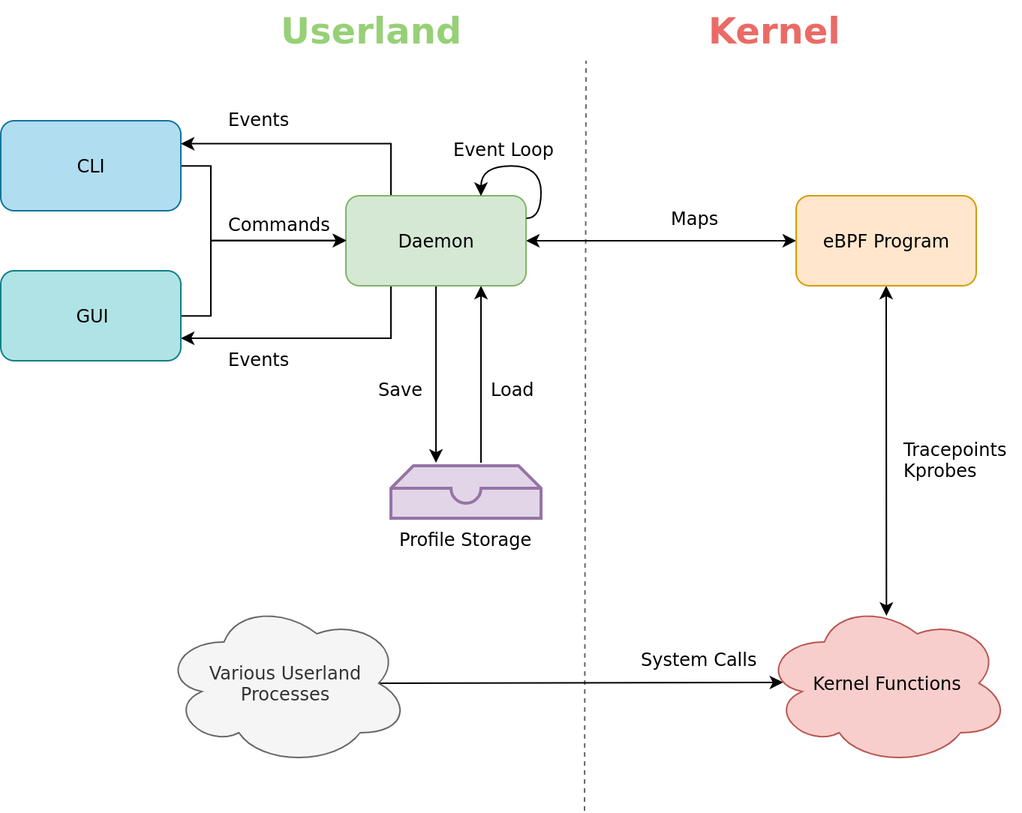
The draw.io diagram figures/ebph-dataflow.png in willfindlay/honors-thesis, before a commit. Source tidied: cells renumbered, new cells last; positions are measured from the earlier drawing's top-left corner, leaving out a move shared by most shapes.
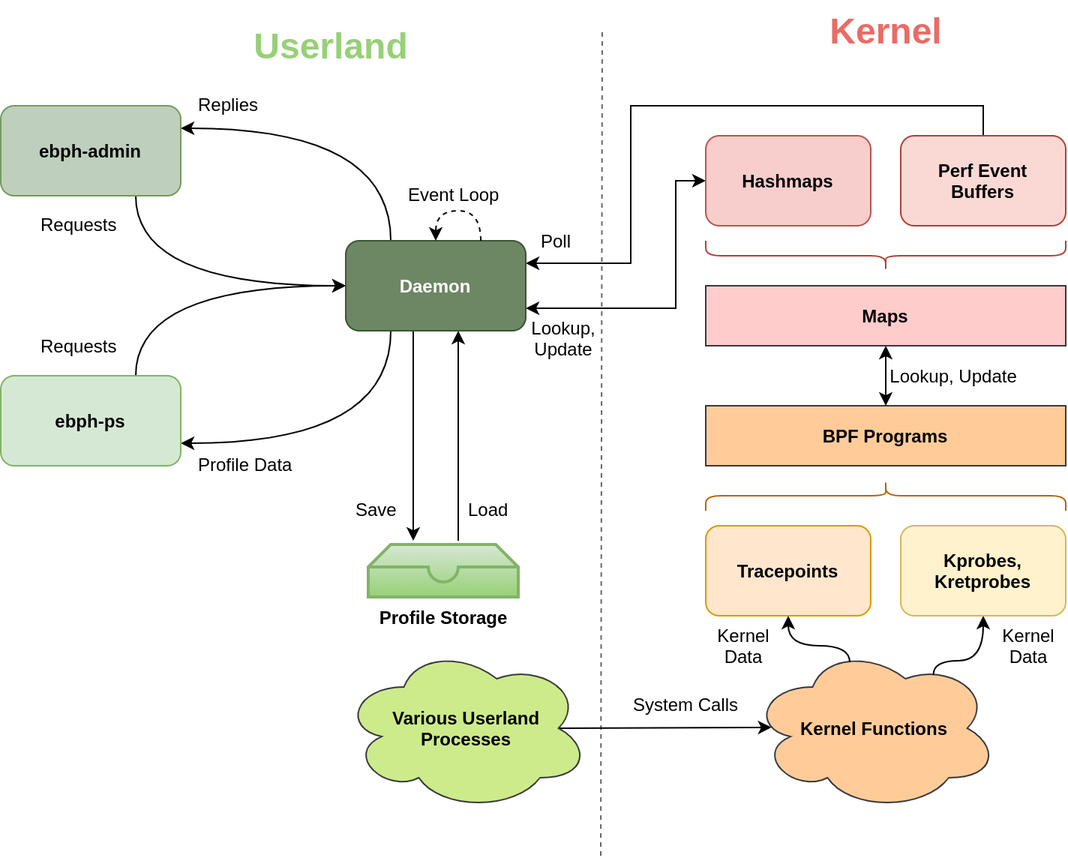
Later version of the same file.

Change to the diagram source:
```diff
@@ -4,113 +4,167 @@
     <mxCell id="1" parent="0" />
     <mxCell id="2" style="endArrow=none;dashed=1;html=1;fillColor=#f5f5f5;strokeColor=#666666;" parent="1" edge="1">
       <mxGeometry relative="1" as="geometry">
-        <mxPoint x="389" y="540" as="sourcePoint" />
-        <mxPoint x="390" y="40" as="targetPoint" />
+        <mxPoint x="440" y="560" as="sourcePoint" />
+        <mxPoint x="441" y="10" as="targetPoint" />
       </mxGeometry>
     </mxCell>
-    <mxCell id="3" value="Userland" style="text;strokeColor=none;fillColor=none;html=1;fontSize=24;fontStyle=1;verticalAlign=middle;align=right;fontColor=#97D077;" parent="1" vertex="1">
-      <mxGeometry x="190" width="120" height="40" as="geometry" />
+    <mxCell id="3" value="Userland" style="text;strokeColor=none;fillColor=none;html=1;fontSize=24;fontStyle=1;verticalAlign=middle;align=center;fontColor=#97D077;" parent="1" vertex="1">
+      <mxGeometry x="200" width="120" height="40" as="geometry" />
     </mxCell>
-    <mxCell id="4" value="Kernel" style="text;strokeColor=none;fillColor=none;html=1;fontSize=24;fontStyle=1;verticalAlign=middle;align=left;fontColor=#EA6B66;" parent="1" vertex="1">
-      <mxGeometry x="470" width="100" height="40" as="geometry" />
+    <mxCell id="4" value="Kernel" style="text;strokeColor=none;fillColor=none;html=1;fontSize=24;fontStyle=1;verticalAlign=middle;align=center;fontColor=#EA6B66;" parent="1" vertex="1">
+      <mxGeometry x="580" y="-10" width="100" height="40" as="geometry" />
     </mxCell>
-    <mxCell id="5" style="edgeStyle=orthogonalEdgeStyle;rounded=0;jettySize=auto;html=1;exitX=1;exitY=0.5;exitDx=0;exitDy=0;entryX=0;entryY=0.5;entryDx=0;entryDy=0;fontColor=#EA6B66;" parent="1" edge="1" source="6" target="12">
-      <mxGeometry relative="1" as="geometry">
-        <Array as="points">
-          <mxPoint x="140" y="110" />
-          <mxPoint x="140" y="160" />
-        </Array>
-      </mxGeometry>
+    <mxCell id="5" style="edgeStyle=orthogonalEdgeStyle;rounded=0;jettySize=auto;html=1;exitX=0.75;exitY=1;exitDx=0;exitDy=0;entryX=0;entryY=0.5;entryDx=0;entryDy=0;fontColor=#EA6B66;curved=1;" parent="1" edge="1" source="6" target="12">
+      <mxGeometry relative="1" as="geometry" />
     </mxCell>
-    <mxCell id="6" value="CLI" style="rounded=1;whiteSpace=wrap;html=1;align=center;fillColor=#b1ddf0;strokeColor=#10739e;" parent="1" vertex="1">
-      <mxGeometry y="80" width="120" height="60" as="geometry" />
+    <mxCell id="6" value="ebph-admin" style="rounded=1;whiteSpace=wrap;html=1;align=center;fillColor=#BECFBD;strokeColor=#719C59;fontStyle=1;" parent="1" vertex="1">
+      <mxGeometry x="40" y="60" width="120" height="60" as="geometry" />
     </mxCell>
-    <mxCell id="7" style="edgeStyle=orthogonalEdgeStyle;rounded=0;jettySize=auto;html=1;exitX=0.25;exitY=0;exitDx=0;exitDy=0;entryX=1;entryY=0.25;entryDx=0;entryDy=0;fontColor=#EA6B66;" parent="1" edge="1" source="12" target="6">
+    <mxCell id="7" style="edgeStyle=orthogonalEdgeStyle;rounded=0;jettySize=auto;html=1;exitX=0.25;exitY=0;exitDx=0;exitDy=0;entryX=1;entryY=0.25;entryDx=0;entryDy=0;fontColor=#EA6B66;curved=1;" parent="1" edge="1" source="12" target="6">
       <mxGeometry relative="1" as="geometry" />
     </mxCell>
-    <mxCell id="8" style="edgeStyle=orthogonalEdgeStyle;rounded=0;jettySize=auto;html=1;exitX=0.25;exitY=1;exitDx=0;exitDy=0;entryX=1;entryY=0.75;entryDx=0;entryDy=0;fontColor=#EA6B66;" parent="1" edge="1" source="12" target="14">
+    <mxCell id="8" style="edgeStyle=orthogonalEdgeStyle;rounded=0;jettySize=auto;html=1;exitX=0.25;exitY=1;exitDx=0;exitDy=0;entryX=1;entryY=0.75;entryDx=0;entryDy=0;fontColor=#EA6B66;curved=1;" parent="1" edge="1" source="12" target="14">
       <mxGeometry relative="1" as="geometry" />
     </mxCell>
-    <mxCell id="9" style="edgeStyle=none;rounded=0;jettySize=auto;html=1;exitX=1;exitY=0.5;exitDx=0;exitDy=0;entryX=0;entryY=0.5;entryDx=0;entryDy=0;fontColor=#000000;startArrow=classic;startFill=1;" parent="1" edge="1" source="12" target="21">
-      <mxGeometry relative="1" as="geometry" />
-    </mxCell>
-    <mxCell id="10" style="edgeStyle=none;rounded=0;jettySize=auto;html=1;exitX=0.5;exitY=1;exitDx=0;exitDy=0;startArrow=none;startFill=0;fontColor=#000000;" parent="1" edge="1" source="12">
+    <mxCell id="10" style="edgeStyle=none;rounded=0;orthogonalLoop=1;jettySize=auto;html=1;exitX=0.5;exitY=1;exitDx=0;exitDy=0;startArrow=none;startFill=0;fontColor=#000000;" parent="1" edge="1">
       <mxGeometry relative="1" as="geometry">
-        <mxPoint x="290" y="308" as="targetPoint" />
+        <mxPoint x="315" y="210" as="sourcePoint" />
+        <mxPoint x="315" y="350" as="targetPoint" />
       </mxGeometry>
     </mxCell>
-    <mxCell id="11" style="edgeStyle=none;rounded=0;jettySize=auto;html=1;exitX=0.75;exitY=1;exitDx=0;exitDy=0;startArrow=classic;startFill=1;fontColor=#000000;endArrow=none;endFill=0;" parent="1" edge="1" source="12">
+    <mxCell id="11" style="edgeStyle=none;rounded=0;orthogonalLoop=1;jettySize=auto;html=1;exitX=0.75;exitY=1;exitDx=0;exitDy=0;startArrow=classic;startFill=1;fontColor=#000000;endArrow=none;endFill=0;" parent="1" edge="1">
       <mxGeometry relative="1" as="geometry">
-        <mxPoint x="320" y="308" as="targetPoint" />
+        <mxPoint x="345" y="210" as="sourcePoint" />
+        <mxPoint x="345" y="350" as="targetPoint" />
       </mxGeometry>
     </mxCell>
+    <mxCell id="31" style="edgeStyle=orthogonalEdgeStyle;rounded=0;jettySize=auto;html=1;exitX=1;exitY=0.25;exitDx=0;exitDy=0;entryX=0.5;entryY=0;entryDx=0;entryDy=0;startArrow=classic;startFill=1;endArrow=none;endFill=0;" parent="1" edge="1" source="12" target="42">
+      <mxGeometry relative="1" as="geometry">
+        <Array as="points">
+          <mxPoint x="460" y="165" />
+          <mxPoint x="460" y="60" />
+          <mxPoint x="695" y="60" />
+        </Array>
+      </mxGeometry>
+    </mxCell>
+    <mxCell id="32" style="edgeStyle=orthogonalEdgeStyle;rounded=0;jettySize=auto;html=1;exitX=1;exitY=0.75;exitDx=0;exitDy=0;entryX=0;entryY=0.5;entryDx=0;entryDy=0;startArrow=classic;startFill=1;" parent="1" edge="1" source="12" target="41">
+      <mxGeometry relative="1" as="geometry">
+        <Array as="points">
+          <mxPoint x="490" y="195" />
+          <mxPoint x="490" y="110" />
+        </Array>
+      </mxGeometry>
+    </mxCell>
-    <mxCell id="12" value="Daemon" style="rounded=1;whiteSpace=wrap;html=1;align=center;fillColor=#d5e8d4;strokeColor=#82b366;" parent="1" vertex="1">
-      <mxGeometry x="230" y="130" width="120" height="60" as="geometry" />
+    <mxCell id="12" value="Daemon" style="rounded=1;whiteSpace=wrap;html=1;align=center;fillColor=#6d8764;strokeColor=#3A5431;fontStyle=1;fontColor=#ffffff;" parent="1" vertex="1">
+      <mxGeometry x="270" y="150" width="120" height="60" as="geometry" />
     </mxCell>
-    <mxCell id="13" style="edgeStyle=orthogonalEdgeStyle;rounded=0;jettySize=auto;html=1;exitX=1;exitY=0.5;exitDx=0;exitDy=0;entryX=0;entryY=0.5;entryDx=0;entryDy=0;fontColor=#EA6B66;" parent="1" edge="1" source="14" target="12">
-      <mxGeometry relative="1" as="geometry">
-        <Array as="points">
-          <mxPoint x="140" y="210" />
-          <mxPoint x="140" y="160" />
-        </Array>
-      </mxGeometry>
+    <mxCell id="13" style="edgeStyle=orthogonalEdgeStyle;curved=1;rounded=0;jettySize=auto;html=1;exitX=0.75;exitY=0;exitDx=0;exitDy=0;entryX=0;entryY=0.5;entryDx=0;entryDy=0;" parent="1" edge="1" source="14" target="12">
+      <mxGeometry relative="1" as="geometry" />
     </mxCell>
-    <mxCell id="14" value="GUI" style="rounded=1;whiteSpace=wrap;html=1;align=center;fillColor=#b0e3e6;strokeColor=#0e8088;" parent="1" vertex="1">
-      <mxGeometry y="180" width="120" height="60" as="geometry" />
+    <mxCell id="14" value="ebph-ps" style="rounded=1;whiteSpace=wrap;html=1;align=center;fillColor=#d5e8d4;strokeColor=#82b366;fontStyle=1;" parent="1" vertex="1">
+      <mxGeometry x="40" y="240" width="120" height="60" as="geometry" />
     </mxCell>
-    <mxCell id="15" value="Events" style="text;html=1;align=left;verticalAlign=top;spacingTop=-4;fontColor=#000000;" parent="1" vertex="1">
-      <mxGeometry x="150" y="70" width="60" height="20" as="geometry" />
+    <mxCell id="15" value="Replies" style="text;html=1;align=left;verticalAlign=top;spacingTop=-4;fontColor=#000000;" parent="1" vertex="1">
+      <mxGeometry x="170" y="50" width="60" height="20" as="geometry" />
     </mxCell>
-    <mxCell id="16" value="Events" style="text;html=1;align=left;verticalAlign=top;spacingTop=-4;fontColor=#000000;" parent="1" vertex="1">
-      <mxGeometry x="150" y="230" width="60" height="20" as="geometry" />
+    <mxCell id="16" value="Profile Data" style="text;html=1;align=left;verticalAlign=top;spacingTop=-4;fontColor=#000000;" parent="1" vertex="1">
+      <mxGeometry x="170" y="290" width="80" height="20" as="geometry" />
     </mxCell>
-    <mxCell id="17" value="Commands" style="text;html=1;align=left;verticalAlign=top;spacingTop=-4;fontColor=#000000;" parent="1" vertex="1">
-      <mxGeometry x="150" y="140" width="80" height="20" as="geometry" />
+    <mxCell id="17" value="Requests" style="text;html=1;align=left;verticalAlign=top;spacingTop=-4;fontColor=#000000;" parent="1" vertex="1">
+      <mxGeometry x="65" y="130" width="70" height="20" as="geometry" />
     </mxCell>
-    <mxCell id="18" style="edgeStyle=orthogonalEdgeStyle;rounded=0;orthogonalLoop=1;jettySize=auto;html=1;exitX=1;exitY=0.25;exitDx=0;exitDy=0;entryX=0.75;entryY=0;entryDx=0;entryDy=0;fontColor=#000000;curved=1;" parent="1" edge="1" source="12" target="12">
+    <mxCell id="18" style="edgeStyle=orthogonalEdgeStyle;rounded=0;orthogonalLoop=1;jettySize=auto;html=1;exitX=0.75;exitY=0;exitDx=0;exitDy=0;entryX=0.5;entryY=0;entryDx=0;entryDy=0;fontColor=#000000;curved=1;dashed=1;" parent="1" edge="1" source="12" target="12">
       <mxGeometry relative="1" as="geometry">
         <Array as="points">
-          <mxPoint x="360" y="145" />
-          <mxPoint x="360" y="110" />
-          <mxPoint x="320" y="110" />
+          <mxPoint x="360" y="130" />
+          <mxPoint x="330" y="130" />
         </Array>
       </mxGeometry>
     </mxCell>
     <mxCell id="19" value="Event Loop" style="text;html=1;align=left;verticalAlign=top;spacingTop=-4;fontColor=#000000;" parent="1" vertex="1">
-      <mxGeometry x="300" y="90" width="80" height="20" as="geometry" />
+      <mxGeometry x="310" y="110" width="80" height="20" as="geometry" />
     </mxCell>
-    <mxCell id="20" style="edgeStyle=none;rounded=0;jettySize=auto;html=1;exitX=0.5;exitY=1;exitDx=0;exitDy=0;entryX=0.501;entryY=0.091;entryDx=0;entryDy=0;entryPerimeter=0;fontColor=#000000;startArrow=classic;startFill=1;endArrow=classic;endFill=1;" parent="1" edge="1" source="21" target="24">
-      <mxGeometry relative="1" as="geometry" />
-    </mxCell>
-    <mxCell id="21" value="eBPF Program" style="rounded=1;whiteSpace=wrap;html=1;align=center;fillColor=#ffe6cc;strokeColor=#d79b00;" parent="1" vertex="1">
-      <mxGeometry x="530" y="130" width="120" height="60" as="geometry" />
-    </mxCell>
     <mxCell id="22" style="edgeStyle=none;rounded=0;jettySize=auto;html=1;exitX=0.875;exitY=0.5;exitDx=0;exitDy=0;exitPerimeter=0;entryX=0.084;entryY=0.495;entryDx=0;entryDy=0;entryPerimeter=0;fontColor=#000000;" parent="1" edge="1" source="23" target="24">
       <mxGeometry relative="1" as="geometry" />
     </mxCell>
-    <mxCell id="23" value="Various Userland Processes" style="ellipse;shape=cloud;whiteSpace=wrap;html=1;fontColor=#333333;align=center;fillColor=#f5f5f5;strokeColor=#666666;" parent="1" vertex="1">
-      <mxGeometry x="107.5" y="400" width="165" height="110" as="geometry" />
+    <mxCell id="23" value="Various Userland Processes" style="ellipse;shape=cloud;whiteSpace=wrap;html=1;align=center;fillColor=#cdeb8b;strokeColor=#36393d;spacing=9;fontStyle=1;" parent="1" vertex="1">
+      <mxGeometry x="267.5" y="420" width="165" height="110" as="geometry" />
     </mxCell>
-    <mxCell id="24" value="Kernel Functions" style="ellipse;shape=cloud;whiteSpace=wrap;html=1;align=center;fillColor=#f8cecc;strokeColor=#b85450;" parent="1" vertex="1">
-      <mxGeometry x="507.5" y="400" width="165" height="110" as="geometry" />
+    <mxCell id="24" value="Kernel Functions" style="ellipse;shape=cloud;whiteSpace=wrap;html=1;align=center;fillColor=#ffcc99;strokeColor=#36393d;fontStyle=1;" parent="1" vertex="1">
+      <mxGeometry x="540" y="420" width="165" height="110" as="geometry" />
     </mxCell>
     <mxCell id="25" value="System Calls" style="text;html=1;align=left;verticalAlign=top;spacingTop=-4;fontColor=#000000;" parent="1" vertex="1">
-      <mxGeometry x="425" y="430" width="90" height="20" as="geometry" />
+      <mxGeometry x="460" y="450" width="90" height="20" as="geometry" />
     </mxCell>
-    <mxCell id="26" value="Tracepoints&lt;br&gt;Kprobes" style="text;html=1;align=left;verticalAlign=top;spacingTop=-4;fontColor=#000000;" parent="1" vertex="1">
-      <mxGeometry x="600" y="290" width="80" height="30" as="geometry" />
-    </mxCell>
-    <mxCell id="27" value="Maps" style="text;html=1;points=[];align=left;verticalAlign=top;spacingTop=-4;fontColor=#000000;" parent="1" vertex="1">
-      <mxGeometry x="445" y="136" width="50" height="20" as="geometry" />
-    </mxCell>
-    <mxCell id="28" value="Profile Storage" style="html=1;verticalLabelPosition=bottom;align=center;labelBackgroundColor=#ffffff;verticalAlign=top;strokeWidth=2;strokeColor=#9673a6;fillColor=#e1d5e7;shadow=0;dashed=0;shape=mxgraph.ios7.icons.storage;" parent="1" vertex="1">
-      <mxGeometry x="260" y="310" width="100" height="35" as="geometry" />
+    <mxCell id="28" value="&lt;b&gt;&lt;font color=&quot;#000000&quot;&gt;Profile Storage&lt;/font&gt;&lt;/b&gt;" style="html=1;verticalLabelPosition=bottom;align=center;labelBackgroundColor=#ffffff;verticalAlign=top;strokeWidth=2;strokeColor=#82b366;fillColor=#d5e8d4;shadow=0;dashed=0;shape=mxgraph.ios7.icons.storage;gradientColor=#97d077;" parent="1" vertex="1">
+      <mxGeometry x="285" y="352.5" width="100" height="35" as="geometry" />
     </mxCell>
     <mxCell id="29" value="Save" style="text;html=1;align=left;verticalAlign=top;spacingTop=-4;fontColor=#000000;" parent="1" vertex="1">
-      <mxGeometry x="250" y="250" width="40" height="20" as="geometry" />
+      <mxGeometry x="275" y="320" width="40" height="20" as="geometry" />
     </mxCell>
     <mxCell id="30" value="Load" style="text;html=1;align=left;verticalAlign=top;spacingTop=-4;fontColor=#000000;" parent="1" vertex="1">
-      <mxGeometry x="325" y="250" width="40" height="20" as="geometry" />
+      <mxGeometry x="350" y="320" width="40" height="20" as="geometry" />
     </mxCell>
+    <mxCell id="33" value="Requests" style="text;html=1;align=left;verticalAlign=middle;" parent="1" vertex="1">
+      <mxGeometry x="65" y="210" width="70" height="20" as="geometry" />
+    </mxCell>
+    <mxCell id="34" style="edgeStyle=orthogonalEdgeStyle;curved=1;rounded=0;jettySize=auto;html=1;exitX=0.5;exitY=1;exitDx=0;exitDy=0;entryX=0.4;entryY=0.1;entryDx=0;entryDy=0;entryPerimeter=0;startArrow=classic;startFill=1;endArrow=none;endFill=0;" parent="1" edge="1" source="35" target="24">
+      <mxGeometry relative="1" as="geometry">
+        <Array as="points">
+          <mxPoint x="565" y="420" />
+          <mxPoint x="606" y="420" />
+        </Array>
+      </mxGeometry>
+    </mxCell>
+    <mxCell id="35" value="Tracepoints" style="rounded=1;whiteSpace=wrap;html=1;align=center;fillColor=#ffe6cc;strokeColor=#d79b00;fontStyle=1;" parent="1" vertex="1">
+      <mxGeometry x="510" y="340" width="110" height="60" as="geometry" />
+    </mxCell>
+    <mxCell id="36" style="edgeStyle=orthogonalEdgeStyle;curved=1;rounded=0;jettySize=auto;html=1;exitX=0.5;exitY=1;exitDx=0;exitDy=0;entryX=0.738;entryY=0.175;entryDx=0;entryDy=0;entryPerimeter=0;startArrow=classic;startFill=1;endArrow=none;endFill=0;" parent="1" edge="1" source="37" target="24">
+      <mxGeometry relative="1" as="geometry">
+        <Array as="points">
+          <mxPoint x="695" y="430" />
+          <mxPoint x="662" y="430" />
+        </Array>
+      </mxGeometry>
+    </mxCell>
+    <mxCell id="37" value="Kprobes, Kretprobes" style="rounded=1;whiteSpace=wrap;html=1;align=center;fillColor=#fff2cc;strokeColor=#d6b656;fontStyle=1;" parent="1" vertex="1">
+      <mxGeometry x="640" y="340" width="110" height="60" as="geometry" />
+    </mxCell>
+    <mxCell id="38" value="BPF Programs" style="rounded=0;whiteSpace=wrap;html=1;fillColor=#ffcc99;strokeColor=#36393d;fontStyle=1;" parent="1" vertex="1">
+      <mxGeometry x="510" y="260" width="240" height="40" as="geometry" />
+    </mxCell>
+    <mxCell id="39" style="shape=curlyBracket;whiteSpace=wrap;html=1;rounded=1;rotation=90;fillColor=#fad7ac;strokeColor=#b46504;" parent="1" vertex="1">
+      <mxGeometry x="620" y="200" width="20" height="240" as="geometry" />
+    </mxCell>
+    <mxCell id="40" style="edgeStyle=orthogonalEdgeStyle;curved=1;rounded=0;jettySize=auto;html=1;exitX=0.5;exitY=1;exitDx=0;exitDy=0;entryX=0.5;entryY=0;entryDx=0;entryDy=0;startArrow=classic;startFill=1;" parent="1" edge="1" source="27" target="38">
+      <mxGeometry relative="1" as="geometry" />
+    </mxCell>
+    <mxCell id="27" value="Maps" style="rounded=0;whiteSpace=wrap;html=1;fillColor=#ffcccc;strokeColor=#36393d;fontStyle=1;" parent="1" vertex="1">
+      <mxGeometry x="510" y="180" width="240" height="40" as="geometry" />
+    </mxCell>
+    <mxCell id="41" value="Hashmaps" style="rounded=1;whiteSpace=wrap;html=1;align=center;fillColor=#f8cecc;strokeColor=#b85450;fontStyle=1;" parent="1" vertex="1">
+      <mxGeometry x="510" y="80" width="110" height="60" as="geometry" />
+    </mxCell>
+    <mxCell id="42" value="Perf Event&lt;br&gt;Buffers" style="rounded=1;whiteSpace=wrap;html=1;align=center;fillColor=#fad9d5;strokeColor=#ae4132;fontStyle=1;" parent="1" vertex="1">
+      <mxGeometry x="640" y="80" width="110" height="60" as="geometry" />
+    </mxCell>
+    <mxCell id="43" style="shape=curlyBracket;whiteSpace=wrap;html=1;rounded=1;rotation=-90;fillColor=#fad9d5;strokeColor=#ae4132;" parent="1" vertex="1">
+      <mxGeometry x="620" y="40" width="20" height="240" as="geometry" />
+    </mxCell>
+    <mxCell id="44" value="Lookup, Update" style="text;html=1;align=center;verticalAlign=middle;" parent="1" vertex="1">
+      <mxGeometry x="625" y="230" width="100" height="20" as="geometry" />
+    </mxCell>
+    <mxCell id="45" value="Kernel&lt;br&gt;Data" style="text;html=1;align=center;verticalAlign=middle;" parent="1" vertex="1">
+      <mxGeometry x="700" y="405" width="50" height="30" as="geometry" />
+    </mxCell>
+    <mxCell id="46" value="Poll" style="text;html=1;align=center;verticalAlign=middle;" parent="1" vertex="1">
+      <mxGeometry x="390" y="140" width="40" height="20" as="geometry" />
+    </mxCell>
+    <mxCell id="47" value="Lookup,&lt;br&gt;Update" style="text;html=1;align=center;verticalAlign=middle;" parent="1" vertex="1">
+      <mxGeometry x="385" y="200" width="60" height="30" as="geometry" />
+    </mxCell>
+    <mxCell id="48" value="Kernel&lt;br&gt;Data" style="text;html=1;align=center;verticalAlign=middle;" parent="1" vertex="1">
+      <mxGeometry x="510" y="405" width="50" height="30" as="geometry" />
+    </mxCell>
   </root>
 </mxGraphModel>
```
